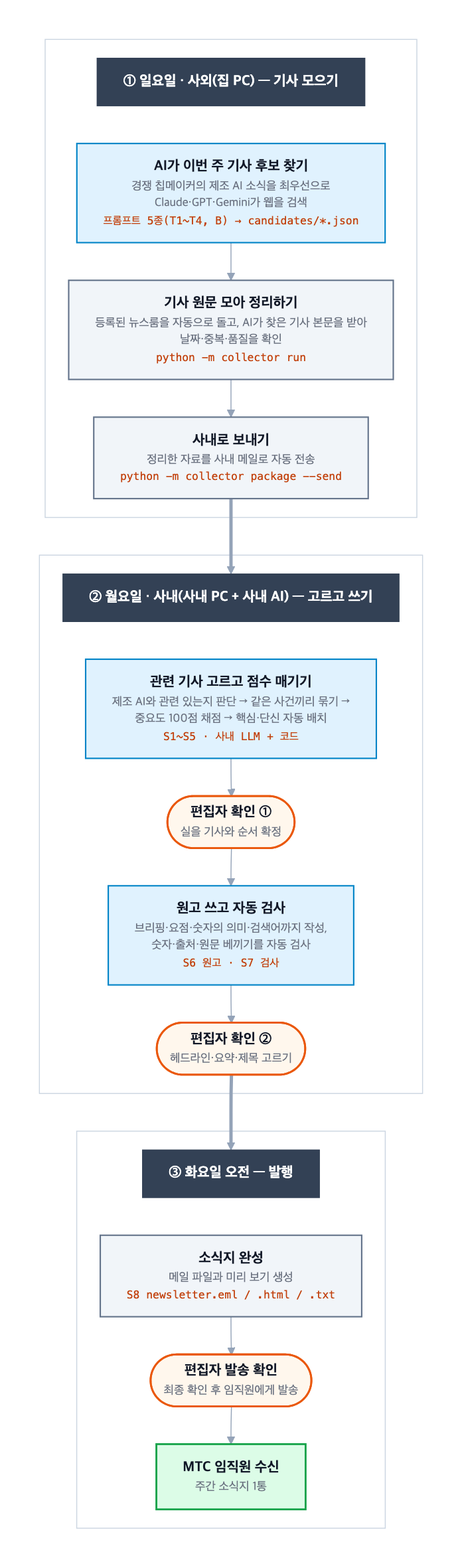
This is docs/process/01-overview.png from Hodong305/axpi_weekly_report, a Mermaid export, as it was before one commit. Its source is kept beside it as docs/process/01-overview.mmd. Source of this version:
```mermaid
%%{init: {"theme":"base","flowchart":{"htmlLabels":true,"curve":"basis","nodeSpacing":30,"rankSpacing":40,"wrappingWidth":420,"padding":14},"themeVariables":{"fontSize":"14px","primaryTextColor":"#111827","lineColor":"#94a3b8"},"themeCSS":".g{color:#6b7280 !important;font-size:12.5px;font-weight:normal} .t{color:#c2410c !important;font-size:11.5px;font-family:Menlo,Consolas,monospace;font-weight:normal} .nodeLabel b{font-size:15px} .cluster-label .nodeLabel{font-weight:bold;font-size:15px;color:#334155}"}}%%
flowchart TD
    subgraph SUN[" "]
        direction TB
        H1["<b>① 일요일 · 사외(집 PC) — 기사 모으기</b>"]:::hdr
        A1["<b>AI가 이번 주 기사 후보 찾기</b><br/><span class='g'>경쟁 칩메이커의 제조 AI 소식을 최우선으로<br/>Claude·GPT·Gemini가 웹을 검색</span><br/><span class='t'>프롬프트 5종(T1~T4, B) → candidates/*.json</span>"]:::ai
        A2["<b>기사 원문 모아 정리하기</b><br/><span class='g'>등록된 뉴스룸을 자동으로 돌고, AI가 찾은 기사 본문을 받아<br/>날짜·중복·품질을 확인</span><br/><span class='t'>python -m collector run</span>"]:::auto
        A3["<b>사내로 보내기</b><br/><span class='g'>정리한 자료를 사내 메일로 자동 전송</span><br/><span class='t'>python -m collector package --send</span>"]:::auto
        H1 ~~~ A1
        A1 --> A2 --> A3
    end
    subgraph MON[" "]
        direction TB
        H2["<b>② 월요일 · 사내(사내 PC + 사내 AI) — 고르고 쓰기</b>"]:::hdr
        B1["<b>관련 기사 고르고 점수 매기기</b><br/><span class='g'>제조 AI와 관련 있는지 판단 → 같은 사건끼리 묶기 →<br/>중요도 100점 채점 → 핵심·단신 자동 배치</span><br/><span class='t'>S1~S5 · 사내 LLM + 코드</span>"]:::ai
        R1(["<b>편집자 확인 ①</b><br/><span class='g'>실을 기사와 순서 확정</span>"]):::human
        B2["<b>원고 쓰고 자동 검사</b><br/><span class='g'>브리핑·요점·숫자의 의미·검색어까지 작성,<br/>숫자·출처·원문 베끼기를 자동 검사</span><br/><span class='t'>S6 원고 · S7 검사</span>"]:::ai
        R2(["<b>편집자 확인 ②</b><br/><span class='g'>헤드라인·요약·제목 고르기</span>"]):::human
        H2 ~~~ B1
        B1 --> R1 --> B2 --> R2
    end
    subgraph TUE[" "]
        direction TB
        H3["<b>③ 화요일 오전 — 발행</b>"]:::hdr
        C1["<b>소식지 완성</b><br/><span class='g'>메일 파일과 미리 보기 생성</span><br/><span class='t'>S8 newsletter.eml / .html / .txt</span>"]:::auto
        R3(["<b>편집자 발송 확인</b><br/><span class='g'>최종 확인 후 임직원에게 발송</span>"]):::human
        C2["<b>MTC 임직원 수신</b><br/><span class='g'>주간 소식지 1통</span>"]:::out
        H3 ~~~ C1
        C1 --> R3 --> C2
    end
    A3 ==> H2
    R2 ==> H3
    classDef ai fill:#e0f2fe,stroke:#0284c7,stroke-width:1.5px
    classDef auto fill:#f1f5f9,stroke:#64748b,stroke-width:1.5px
    classDef human fill:#fff7ed,stroke:#ea580c,stroke-width:2px
    classDef out fill:#dcfce7,stroke:#16a34a,stroke-width:2px
    classDef sg fill:#ffffff,stroke:#cbd5e1,stroke-width:1px
    classDef hdr fill:#334155,stroke:#334155,color:#ffffff
    class SUN,MON,TUE sg
```
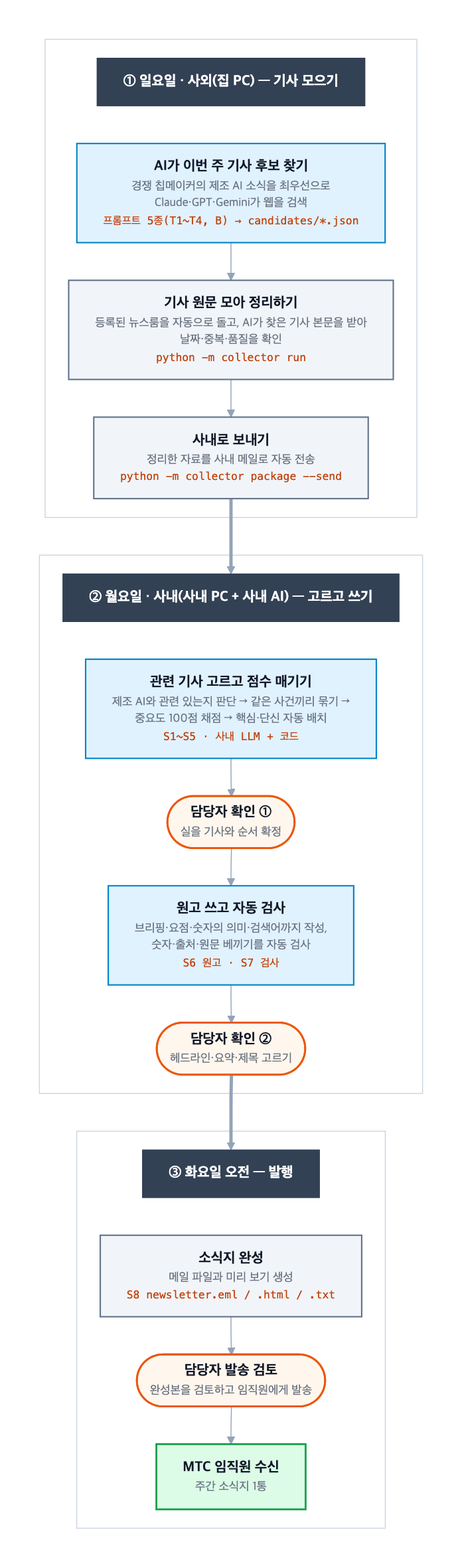
The same diagram one commit later.

Change to the diagram source:
```diff
@@ -13,9 +13,9 @@
         direction TB
         H2["<b>② 월요일 · 사내(사내 PC + 사내 AI) — 고르고 쓰기</b>"]:::hdr
         B1["<b>관련 기사 고르고 점수 매기기</b><br/><span class='g'>제조 AI와 관련 있는지 판단 → 같은 사건끼리 묶기 →<br/>중요도 100점 채점 → 핵심·단신 자동 배치</span><br/><span class='t'>S1~S5 · 사내 LLM + 코드</span>"]:::ai
-        R1(["<b>편집자 확인 ①</b><br/><span class='g'>실을 기사와 순서 확정</span>"]):::human
+        R1(["<b>담당자 확인 ①</b><br/><span class='g'>실을 기사와 순서 확정</span>"]):::human
         B2["<b>원고 쓰고 자동 검사</b><br/><span class='g'>브리핑·요점·숫자의 의미·검색어까지 작성,<br/>숫자·출처·원문 베끼기를 자동 검사</span><br/><span class='t'>S6 원고 · S7 검사</span>"]:::ai
-        R2(["<b>편집자 확인 ②</b><br/><span class='g'>헤드라인·요약·제목 고르기</span>"]):::human
+        R2(["<b>담당자 확인 ②</b><br/><span class='g'>헤드라인·요약·제목 고르기</span>"]):::human
         H2 ~~~ B1
         B1 --> R1 --> B2 --> R2
     end
@@ -23,7 +23,7 @@
         direction TB
         H3["<b>③ 화요일 오전 — 발행</b>"]:::hdr
         C1["<b>소식지 완성</b><br/><span class='g'>메일 파일과 미리 보기 생성</span><br/><span class='t'>S8 newsletter.eml / .html / .txt</span>"]:::auto
-        R3(["<b>편집자 발송 확인</b><br/><span class='g'>최종 확인 후 임직원에게 발송</span>"]):::human
+        R3(["<b>담당자 발송 검토</b><br/><span class='g'>완성본을 검토하고 임직원에게 발송</span>"]):::human
         C2["<b>MTC 임직원 수신</b><br/><span class='g'>주간 소식지 1통</span>"]:::out
         H3 ~~~ C1
         C1 --> R3 --> C2
```
